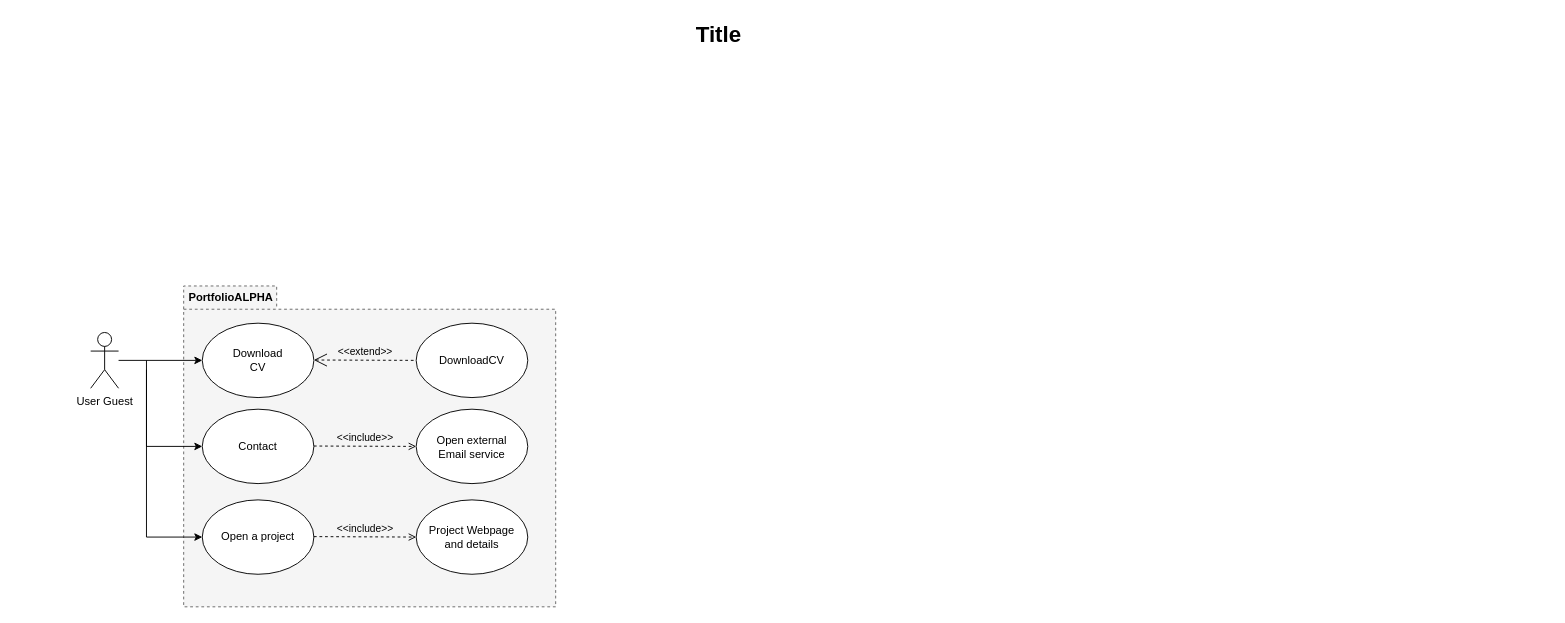
code2022lore/portfolio keeps this draw.io diagram as UseCasesDiagramPortfolio.drawio. Above is the earlier version. Source tidied: cells renumbered, new cells numbered last; positions are measured from the earlier drawing's top-left corner, leaving out a move shared by most shapes. Both pictures are drawn from the tidied source at 93%, with x=0, y=0 at pixel (16, 16).
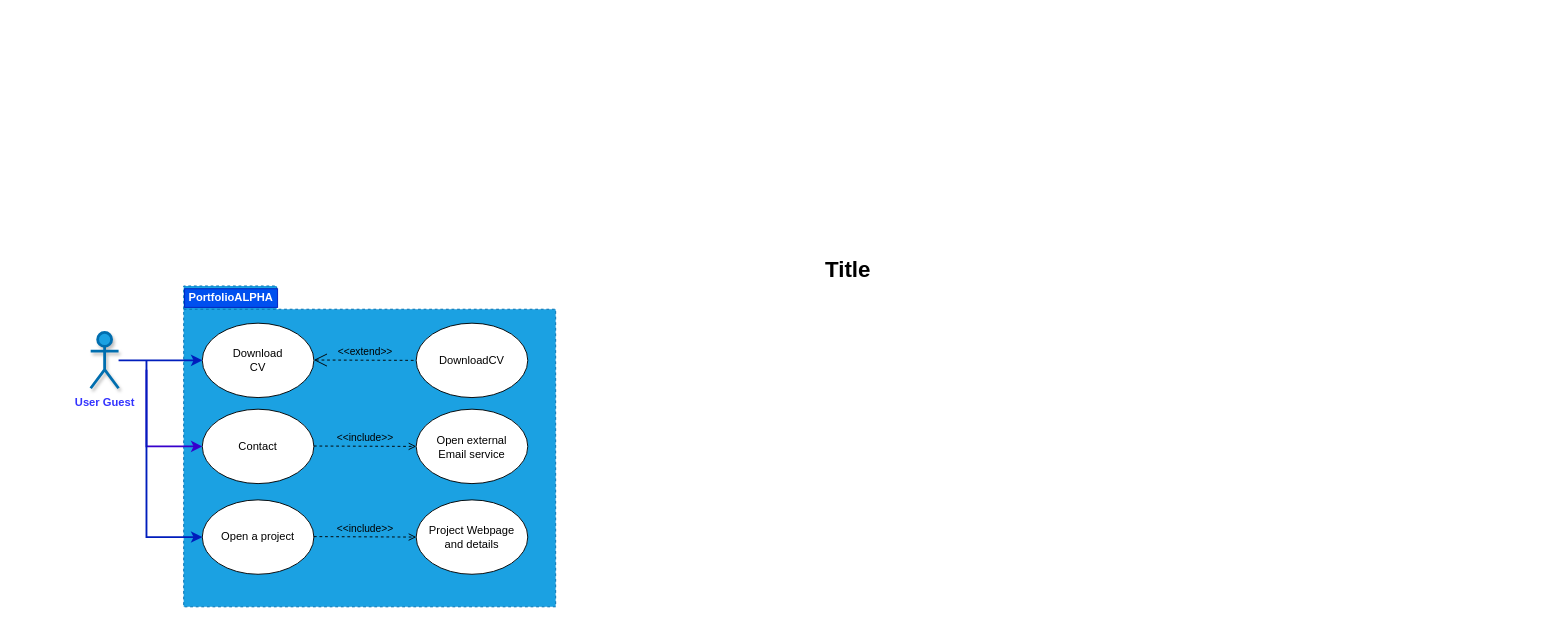
The same page after the edit.

Commit message (it also covers changes not shown here):
use cases ALPHA

Unchanged cells that the change refers to:
```xml
<mxCell id="5" value="Download&lt;br&gt;CV" style="ellipse;whiteSpace=wrap;html=1;" parent="1" vertex="1">
  <mxGeometry x="200" y="330" width="120" height="80" as="geometry" />
</mxCell>
<mxCell id="6" value="Open a project" style="ellipse;whiteSpace=wrap;html=1;" parent="1" vertex="1">
  <mxGeometry x="200" y="520" width="120" height="80" as="geometry" />
</mxCell>
<mxCell id="7" value="Contact" style="ellipse;whiteSpace=wrap;html=1;" parent="1" vertex="1">
  <mxGeometry x="200" y="422.5" width="120" height="80" as="geometry" />
</mxCell>
```

What changed in the source:
```diff
@@
-<mxGraphModel>
+<mxGraphModel background="#FFFFFF">
@@
     <mxCell id="2" value="Title" style="text;strokeColor=none;fillColor=none;html=1;fontSize=24;fontStyle=1;verticalAlign=middle;align=center;" parent="1" vertex="1">
-      <mxGeometry width="1510" height="40" as="geometry" />
+      <mxGeometry x="139" y="253" width="1510" height="40" as="geometry" />
     </mxCell>
-    <mxCell id="3" value="User Guest" style="shape=umlActor;verticalLabelPosition=bottom;verticalAlign=top;html=1;outlineConnect=0;" parent="1" vertex="1">
+    <mxCell id="3" value="User Guest" style="shape=umlActor;verticalLabelPosition=bottom;verticalAlign=top;html=1;outlineConnect=0;fillColor=#1ba1e2;fontColor=#3333FF;strokeColor=#006EAF;gradientColor=none;gradientDirection=north;strokeWidth=3;shadow=1;fontStyle=1;spacing=4;" parent="1" vertex="1">
       <mxGeometry x="80" y="340" width="30" height="60" as="geometry" />
     </mxCell>
-    <mxCell id="4" style="shape=folder;spacingTop=10;tabWidth=100;tabHeight=25;tabPosition=left;html=1;dashed=1;fillColor=#f5f5f5;fontColor=#333333;strokeColor=#666666;" parent="1" vertex="1">
+    <mxCell id="4" style="shape=folder;spacingTop=10;tabWidth=100;tabHeight=25;tabPosition=left;html=1;dashed=1;fillColor=#1ba1e2;fontColor=#ffffff;strokeColor=#006EAF;" parent="1" vertex="1">
       <mxGeometry x="180" y="290" width="400" height="345" as="geometry" />
     </mxCell>
@@
-    <mxCell id="8" style="edgeStyle=orthogonalEdgeStyle;rounded=0;jettySize=auto;html=1;" parent="1" edge="1" source="3" target="5">
+    <mxCell id="8" style="edgeStyle=orthogonalEdgeStyle;rounded=0;jettySize=auto;html=1;fillColor=#0050ef;strokeColor=#001DBC;strokeWidth=2;" parent="1" edge="1" source="3" target="5">
       <mxGeometry relative="1" as="geometry" />
     </mxCell>
-    <mxCell id="9" value="&lt;b&gt;PortfolioALPHA&lt;/b&gt;" style="text;html=1;strokeColor=none;fillColor=none;align=center;verticalAlign=middle;whiteSpace=wrap;rounded=0;" parent="1" vertex="1">
+    <mxCell id="9" value="&lt;b&gt;PortfolioALPHA&lt;/b&gt;" style="text;html=1;strokeColor=#001DBC;fillColor=#0050ef;align=center;verticalAlign=middle;whiteSpace=wrap;rounded=0;fontColor=#ffffff;" parent="1" vertex="1">
       <mxGeometry x="181" y="293" width="100" height="20" as="geometry" />
     </mxCell>
@@
-    <mxCell id="13" style="edgeStyle=orthogonalEdgeStyle;rounded=0;jettySize=auto;html=1;entryX=0;entryY=0.5;entryDx=0;entryDy=0;" parent="1" edge="1" target="7">
+    <mxCell id="13" style="edgeStyle=orthogonalEdgeStyle;rounded=0;jettySize=auto;html=1;entryX=0;entryY=0.5;entryDx=0;entryDy=0;fillColor=#6a00ff;strokeColor=#3700CC;strokeWidth=2;" parent="1" edge="1" target="7">
       <mxGeometry relative="1" as="geometry">
         <mxPoint x="140" y="380" as="sourcePoint" />
         <Array as="points">
           <mxPoint x="140" y="463" />
         </Array>
       </mxGeometry>
     </mxCell>
-    <mxCell id="14" style="edgeStyle=orthogonalEdgeStyle;rounded=0;jettySize=auto;html=1;" parent="1" edge="1" target="6">
+    <mxCell id="14" style="edgeStyle=orthogonalEdgeStyle;rounded=0;jettySize=auto;html=1;fillColor=#0050ef;strokeColor=#001DBC;strokeWidth=2;" parent="1" edge="1" target="6">
       <mxGeometry x="0.16" y="-83" relative="1" as="geometry">
         <mxPoint x="140" y="370" as="sourcePoint" />
         <Array as="points">
           <mxPoint x="140" y="560" />
         </Array>
         <mxPoint x="-30" y="-6" as="offset" />
       </mxGeometry>
     </mxCell>
```
